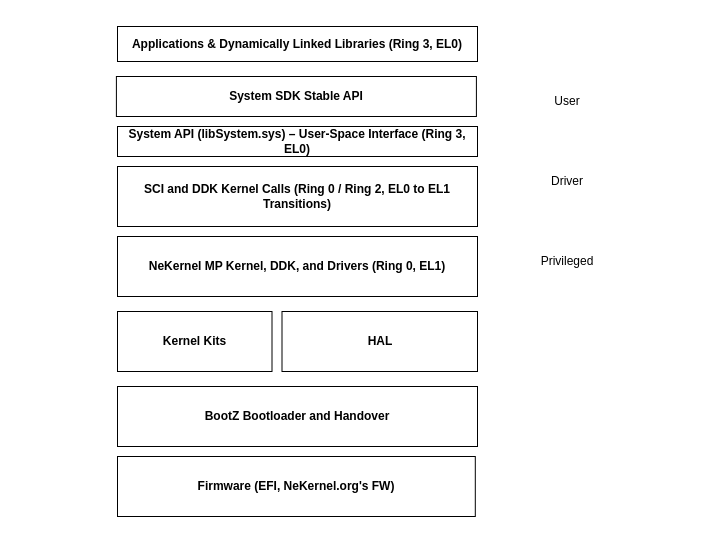
The draw.io diagram docs/drawio/OS_DESIGN.drawio in nekernel-org/nekernel, before the edit. Source tidied: cells renumbered, new cells numbered last; positions are measured from the earlier drawing's top-left corner, leaving out a move shared by most shapes. Both pictures are drawn from the tidied source at 100%, with x=0, y=0 at pixel (116, 26).
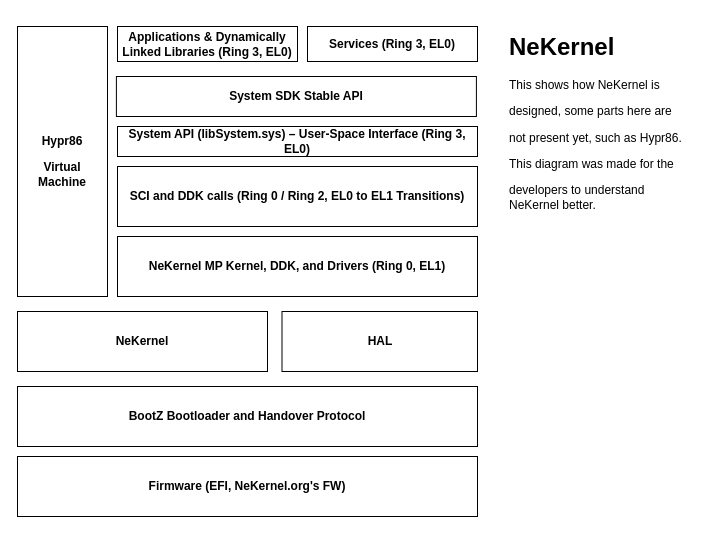
Above is the later version.

Change to the diagram source:
```diff
@@
 <mxGraphModel>
   <root>
     <mxCell id="0" />
     <mxCell id="1" parent="0" />
     <mxCell id="2" value="&lt;p class=&quot;p1&quot;&gt;&lt;b&gt;System API (libSystem.sys&lt;/b&gt;&lt;b style=&quot;background-color: transparent;&quot;&gt;) – User-Space Interface (Ring 3, EL0)&lt;/b&gt;&lt;/p&gt;" style="rounded=0;whiteSpace=wrap;html=1;" parent="1" vertex="1">
       <mxGeometry x="1" y="100" width="360" height="30" as="geometry" />
     </mxCell>
     <mxCell id="3" value="&lt;p class=&quot;p1&quot;&gt;&lt;b&gt;Applications &amp;amp; Dynamically Linked Libraries (Ring 3, EL0)&lt;/b&gt;&lt;/p&gt;" style="rounded=0;whiteSpace=wrap;html=1;" parent="1" vertex="1">
-      <mxGeometry x="1" width="360" height="35" as="geometry" />
+      <mxGeometry x="1" width="180" height="35" as="geometry" />
     </mxCell>
     <mxCell id="4" value="&lt;p class=&quot;p1&quot;&gt;&lt;b&gt;NeKernel MP Kernel, DDK, and Drivers (Ring 0, EL1)&lt;/b&gt;&lt;/p&gt;" style="rounded=0;whiteSpace=wrap;html=1;" parent="1" vertex="1">
       <mxGeometry x="1" y="210" width="360" height="60" as="geometry" />
     </mxCell>
-    <mxCell id="5" value="&lt;p class=&quot;p1&quot;&gt;&lt;b&gt;SCI and DDK Kernel Calls (Ring 0 / Ring 2, EL0 to EL1 Transitions)&lt;/b&gt;&lt;/p&gt;" style="rounded=0;whiteSpace=wrap;html=1;" parent="1" vertex="1">
+    <mxCell id="5" value="&lt;p class=&quot;p1&quot;&gt;&lt;b&gt;SCI and DDK calls (Ring 0 / Ring 2, EL0 to EL1 Transitions)&lt;/b&gt;&lt;/p&gt;" style="rounded=0;whiteSpace=wrap;html=1;" parent="1" vertex="1">
       <mxGeometry x="1" y="140" width="360" height="60" as="geometry" />
     </mxCell>
     <mxCell id="6" value="&lt;p class=&quot;p1&quot;&gt;&lt;b&gt;HAL&lt;/b&gt;&lt;/p&gt;" style="rounded=0;whiteSpace=wrap;html=1;" parent="1" vertex="1">
       <mxGeometry x="165.5" y="285" width="195.5" height="60" as="geometry" />
     </mxCell>
-    <mxCell id="7" value="&lt;p class=&quot;p1&quot;&gt;&lt;b&gt;Kernel Kits&lt;/b&gt;&lt;/p&gt;" style="rounded=0;whiteSpace=wrap;html=1;" parent="1" vertex="1">
-      <mxGeometry x="1" y="285" width="154.5" height="60" as="geometry" />
+    <mxCell id="7" value="&lt;p class=&quot;p1&quot;&gt;&lt;b&gt;NeKernel&lt;/b&gt;&lt;/p&gt;" style="rounded=0;whiteSpace=wrap;html=1;" parent="1" vertex="1">
+      <mxGeometry x="-99" y="285" width="250" height="60" as="geometry" />
     </mxCell>
-    <mxCell id="8" value="&lt;p class=&quot;p1&quot;&gt;&lt;b&gt;BootZ Bootloader and Handover&lt;/b&gt;&lt;/p&gt;" style="rounded=0;whiteSpace=wrap;html=1;" parent="1" vertex="1">
-      <mxGeometry x="1" y="360" width="360" height="60" as="geometry" />
+    <mxCell id="8" value="&lt;p class=&quot;p1&quot;&gt;&lt;b&gt;BootZ Bootloader and Handover Protocol&lt;/b&gt;&lt;/p&gt;" style="rounded=0;whiteSpace=wrap;html=1;" parent="1" vertex="1">
+      <mxGeometry x="-99" y="360" width="460" height="60" as="geometry" />
     </mxCell>
     <mxCell id="9" value="&lt;p class=&quot;p1&quot;&gt;&lt;b&gt;Firmware (EFI, NeKernel.org's FW)&lt;/b&gt;&lt;/p&gt;" style="rounded=0;whiteSpace=wrap;html=1;" parent="1" vertex="1">
-      <mxGeometry x="1" y="430" width="357.8" height="60" as="geometry" />
+      <mxGeometry x="-99" y="430" width="460" height="60" as="geometry" />
     </mxCell>
-    <mxCell id="10" value="Privileged" style="text;html=1;align=center;verticalAlign=middle;whiteSpace=wrap;rounded=0;" parent="1" vertex="1">
-      <mxGeometry x="421" y="220" width="60" height="30" as="geometry" />
-    </mxCell>
-    <mxCell id="11" value="User" style="text;html=1;align=center;verticalAlign=middle;whiteSpace=wrap;rounded=0;" parent="1" vertex="1">
-      <mxGeometry x="421" y="60" width="60" height="30" as="geometry" />
-    </mxCell>
-    <mxCell id="12" value="Driver" style="text;html=1;align=center;verticalAlign=middle;whiteSpace=wrap;rounded=0;" parent="1" vertex="1">
-      <mxGeometry x="421" y="140" width="60" height="30" as="geometry" />
-    </mxCell>
     <mxCell id="13" value="&lt;p class=&quot;p1&quot;&gt;&lt;b&gt;System SDK Stable API&lt;/b&gt;&lt;/p&gt;" style="rounded=0;whiteSpace=wrap;html=1;" parent="1" vertex="1">
       <mxGeometry x="-0.1" y="50" width="360" height="40" as="geometry" />
     </mxCell>
+    <mxCell id="14" value="&lt;p class=&quot;p1&quot;&gt;&lt;b&gt;Services (Ring 3, EL0)&lt;/b&gt;&lt;/p&gt;" style="rounded=0;whiteSpace=wrap;html=1;" parent="1" vertex="1">
+      <mxGeometry x="191" width="170" height="35" as="geometry" />
+    </mxCell>
+    <mxCell id="15" value="&lt;p class=&quot;p1&quot;&gt;&lt;b&gt;Hypr86&lt;/b&gt;&lt;/p&gt;&lt;p class=&quot;p1&quot;&gt;&lt;b&gt;Virtual Machine&lt;/b&gt;&lt;/p&gt;" style="rounded=0;whiteSpace=wrap;html=1;" parent="1" vertex="1">
+      <mxGeometry x="-99" width="90" height="270" as="geometry" />
+    </mxCell>
+    <mxCell id="16" value="&lt;h1 style=&quot;margin-top: 0px;&quot;&gt;NeKernel&lt;/h1&gt;&lt;p&gt;This shows how NeKernel is&lt;/p&gt;&lt;p&gt;designed, some parts here are&lt;/p&gt;&lt;p&gt;not present yet, such as Hypr86.&lt;/p&gt;&lt;p&gt;This diagram was made for the&lt;/p&gt;&lt;p&gt;developers to understand NeKernel better.&lt;/p&gt;" style="text;html=1;whiteSpace=wrap;overflow=hidden;rounded=0;" parent="1" vertex="1">
+      <mxGeometry x="391" width="180" height="190" as="geometry" />
+    </mxCell>
   </root>
 </mxGraphModel>
```
